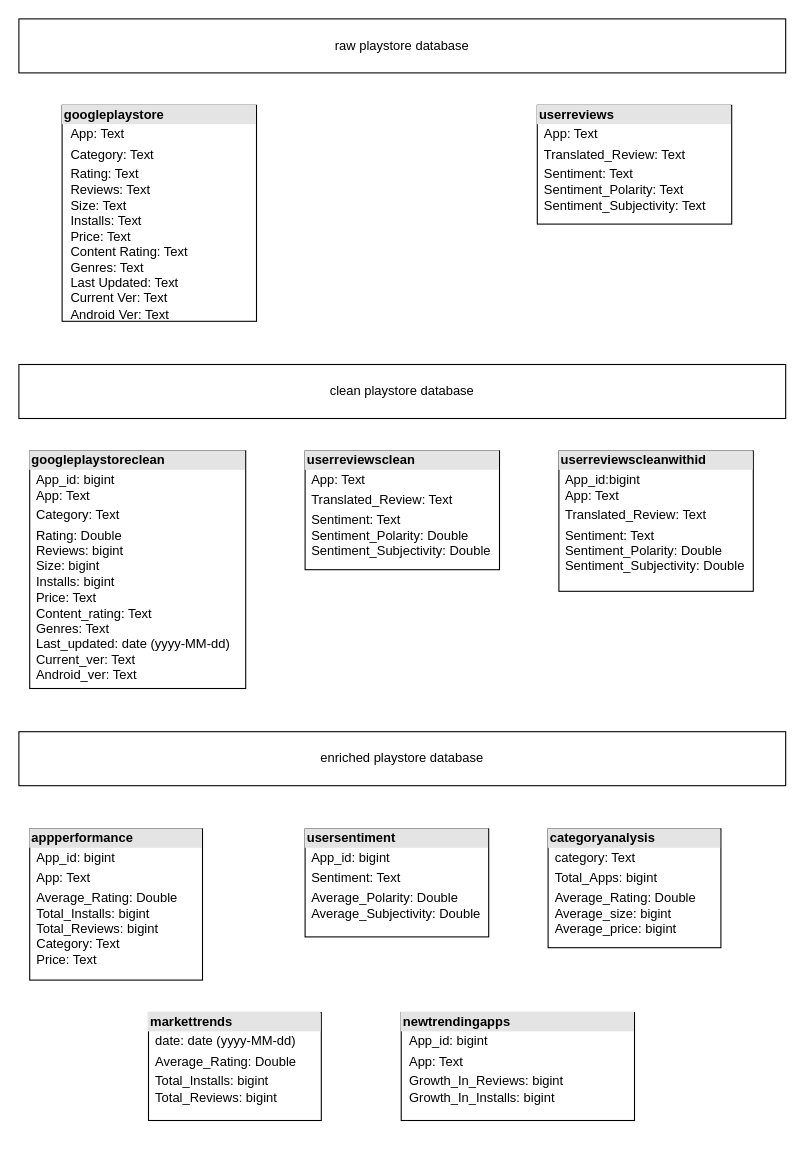
Above: tables_description.drawio in zhawi/google-playstore-data-analysis (draw.io), before the change. Source tidied: cells renumbered, new cells numbered last; positions are measured from the earlier drawing's top-left corner, leaving out a move shared by most shapes. Both pictures are drawn from the tidied source at 108%, with x=0, y=0 at pixel (18, 18).
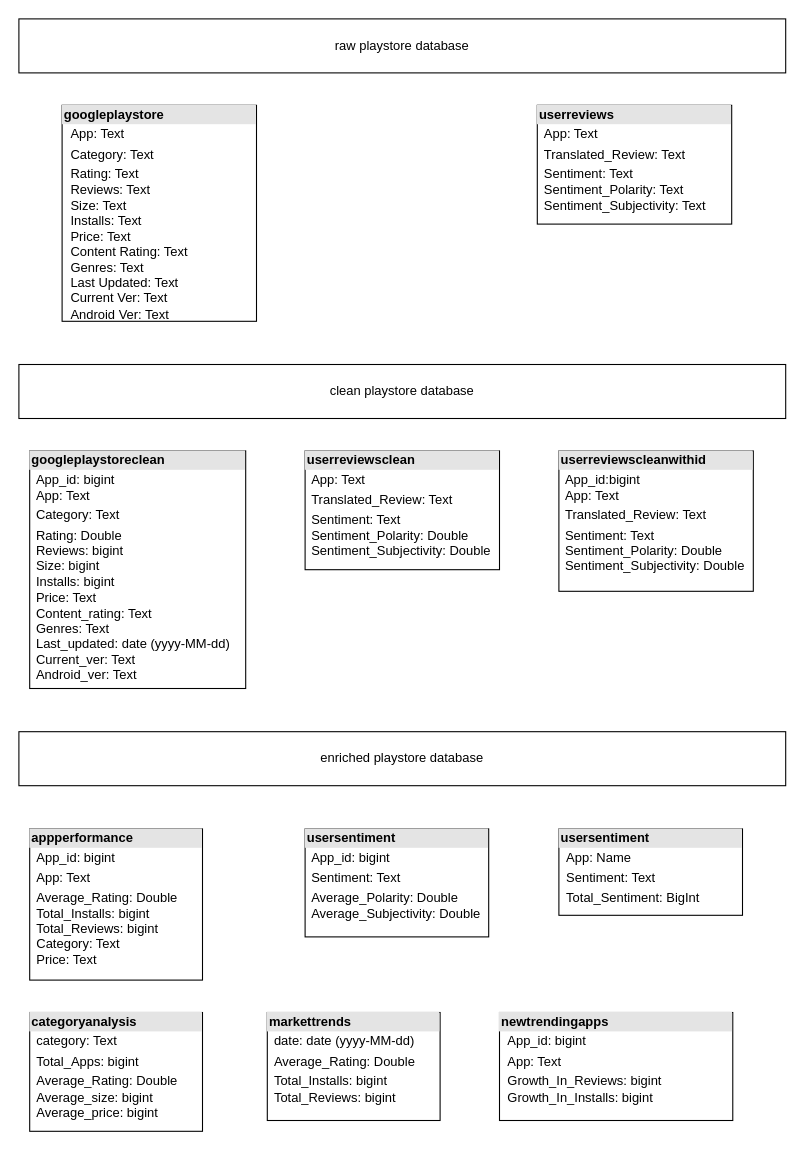
The same page after the edit.

Commit message (it also covers changes not shown here):
feat(code): finished the code to create all tables and to do all the cleaning and transformation needed

Diff of the diagram source:
```diff
@@
 <mxGraphModel>
   <root>
     <mxCell id="0" />
     <mxCell id="1" parent="0" />
     <mxCell id="2" value="&lt;div style=&quot;box-sizing:border-box;width:100%;background:#e4e4e4;padding:2px;&quot;&gt;&lt;b&gt;googleplaystore&lt;/b&gt;&lt;/div&gt;&lt;table style=&quot;width:100%;font-size:1em;&quot; cellpadding=&quot;2&quot; cellspacing=&quot;0&quot;&gt;&lt;tbody&gt;&lt;tr&gt;&lt;td&gt;&lt;br&gt;&lt;/td&gt;&lt;td&gt;App: Text&lt;/td&gt;&lt;/tr&gt;&lt;tr&gt;&lt;td&gt;&lt;br&gt;&lt;/td&gt;&lt;td&gt;Category: Text&lt;/td&gt;&lt;/tr&gt;&lt;tr&gt;&lt;td&gt;&lt;/td&gt;&lt;td&gt;Rating: Text&lt;br&gt;Reviews: Text&lt;br&gt;Size: Text&lt;br&gt;Installs: Text&lt;br&gt;Price: Text&lt;br&gt;Content Rating: Text&lt;br&gt;Genres: Text&lt;br&gt;Last Updated: Text&lt;br&gt;Current Ver: Text&lt;br&gt;Android Ver: Text&lt;/td&gt;&lt;/tr&gt;&lt;/tbody&gt;&lt;/table&gt;" style="verticalAlign=top;align=left;overflow=fill;html=1;whiteSpace=wrap;" parent="1" vertex="1">
       <mxGeometry x="40" y="80" width="180" height="200" as="geometry" />
     </mxCell>
     <mxCell id="3" value="raw playstore database" style="html=1;whiteSpace=wrap;" parent="1" vertex="1">
       <mxGeometry width="710" height="50" as="geometry" />
     </mxCell>
     <mxCell id="4" value="&lt;div style=&quot;box-sizing:border-box;width:100%;background:#e4e4e4;padding:2px;&quot;&gt;&lt;b&gt;userreviews&lt;/b&gt;&lt;/div&gt;&lt;table style=&quot;width:100%;font-size:1em;&quot; cellpadding=&quot;2&quot; cellspacing=&quot;0&quot;&gt;&lt;tbody&gt;&lt;tr&gt;&lt;td&gt;&lt;br&gt;&lt;/td&gt;&lt;td&gt;App: Text&lt;/td&gt;&lt;/tr&gt;&lt;tr&gt;&lt;td&gt;&lt;br&gt;&lt;/td&gt;&lt;td&gt;Translated_Review: Text&lt;/td&gt;&lt;/tr&gt;&lt;tr&gt;&lt;td&gt;&lt;/td&gt;&lt;td&gt;Sentiment: Text&lt;br&gt;Sentiment_Polarity: Text&lt;br&gt;Sentiment_Subjectivity: Text&lt;/td&gt;&lt;/tr&gt;&lt;/tbody&gt;&lt;/table&gt;" style="verticalAlign=top;align=left;overflow=fill;html=1;whiteSpace=wrap;" parent="1" vertex="1">
       <mxGeometry x="480" y="80" width="180" height="110" as="geometry" />
     </mxCell>
     <mxCell id="5" value="clean playstore database" style="html=1;whiteSpace=wrap;" parent="1" vertex="1">
       <mxGeometry y="320" width="710" height="50" as="geometry" />
     </mxCell>
     <mxCell id="6" value="&lt;div style=&quot;box-sizing:border-box;width:100%;background:#e4e4e4;padding:2px;&quot;&gt;&lt;b&gt;googleplaystoreclean&lt;/b&gt;&lt;/div&gt;&lt;table style=&quot;width:100%;font-size:1em;&quot; cellpadding=&quot;2&quot; cellspacing=&quot;0&quot;&gt;&lt;tbody&gt;&lt;tr&gt;&lt;td&gt;&lt;br&gt;&lt;/td&gt;&lt;td&gt;App_id: bigint&lt;br&gt;App: Text&lt;/td&gt;&lt;/tr&gt;&lt;tr&gt;&lt;td&gt;&lt;br&gt;&lt;/td&gt;&lt;td&gt;Category: Text&lt;/td&gt;&lt;/tr&gt;&lt;tr&gt;&lt;td&gt;&lt;/td&gt;&lt;td&gt;Rating: Double&lt;br&gt;Reviews: bigint&lt;br&gt;Size: bigint&lt;br&gt;Installs: bigint&lt;br&gt;Price: Text&lt;br&gt;Content_rating: Text&lt;br&gt;Genres: Text&lt;br&gt;Last_updated: date (yyyy-MM-dd)&lt;br&gt;Current_ver: Text&lt;br&gt;Android_ver: Text&lt;/td&gt;&lt;/tr&gt;&lt;/tbody&gt;&lt;/table&gt;" style="verticalAlign=top;align=left;overflow=fill;html=1;whiteSpace=wrap;" parent="1" vertex="1">
       <mxGeometry x="10" y="400" width="200" height="220" as="geometry" />
     </mxCell>
     <mxCell id="7" value="&lt;div style=&quot;box-sizing:border-box;width:100%;background:#e4e4e4;padding:2px;&quot;&gt;&lt;b&gt;userreviewsclean&lt;/b&gt;&lt;/div&gt;&lt;table style=&quot;width:100%;font-size:1em;&quot; cellpadding=&quot;2&quot; cellspacing=&quot;0&quot;&gt;&lt;tbody&gt;&lt;tr&gt;&lt;td&gt;&lt;br&gt;&lt;/td&gt;&lt;td&gt;App: Text&lt;/td&gt;&lt;/tr&gt;&lt;tr&gt;&lt;td&gt;&lt;br&gt;&lt;/td&gt;&lt;td&gt;Translated_Review: Text&lt;/td&gt;&lt;/tr&gt;&lt;tr&gt;&lt;td&gt;&lt;/td&gt;&lt;td&gt;Sentiment: Text&lt;br&gt;Sentiment_Polarity: Double&lt;br&gt;Sentiment_Subjectivity: Double&lt;/td&gt;&lt;/tr&gt;&lt;/tbody&gt;&lt;/table&gt;" style="verticalAlign=top;align=left;overflow=fill;html=1;whiteSpace=wrap;" parent="1" vertex="1">
       <mxGeometry x="265" y="400" width="180" height="110" as="geometry" />
     </mxCell>
     <mxCell id="8" value="&lt;div style=&quot;box-sizing:border-box;width:100%;background:#e4e4e4;padding:2px;&quot;&gt;&lt;b&gt;userreviewscleanwithid&lt;/b&gt;&lt;/div&gt;&lt;table style=&quot;width:100%;font-size:1em;&quot; cellpadding=&quot;2&quot; cellspacing=&quot;0&quot;&gt;&lt;tbody&gt;&lt;tr&gt;&lt;td&gt;&lt;br&gt;&lt;/td&gt;&lt;td&gt;App_id:bigint&lt;br&gt;App: Text&lt;/td&gt;&lt;/tr&gt;&lt;tr&gt;&lt;td&gt;&lt;br&gt;&lt;/td&gt;&lt;td&gt;Translated_Review: Text&lt;/td&gt;&lt;/tr&gt;&lt;tr&gt;&lt;td&gt;&lt;/td&gt;&lt;td&gt;Sentiment: Text&lt;br&gt;Sentiment_Polarity: Double&lt;br&gt;Sentiment_Subjectivity: Double&lt;/td&gt;&lt;/tr&gt;&lt;/tbody&gt;&lt;/table&gt;" style="verticalAlign=top;align=left;overflow=fill;html=1;whiteSpace=wrap;" parent="1" vertex="1">
       <mxGeometry x="500" y="400" width="180" height="130" as="geometry" />
     </mxCell>
     <mxCell id="9" value="enriched playstore database" style="html=1;whiteSpace=wrap;" parent="1" vertex="1">
       <mxGeometry y="660" width="710" height="50" as="geometry" />
     </mxCell>
     <mxCell id="10" value="&lt;div style=&quot;box-sizing:border-box;width:100%;background:#e4e4e4;padding:2px;&quot;&gt;&lt;b&gt;appperformance&lt;/b&gt;&lt;/div&gt;&lt;table style=&quot;width:100%;font-size:1em;&quot; cellpadding=&quot;2&quot; cellspacing=&quot;0&quot;&gt;&lt;tbody&gt;&lt;tr&gt;&lt;td&gt;&lt;br&gt;&lt;/td&gt;&lt;td&gt;App_id: bigint&lt;/td&gt;&lt;/tr&gt;&lt;tr&gt;&lt;td&gt;&lt;br&gt;&lt;/td&gt;&lt;td&gt;App: Text&lt;/td&gt;&lt;/tr&gt;&lt;tr&gt;&lt;td&gt;&lt;/td&gt;&lt;td&gt;Average_Rating: Double&lt;br&gt;Total_Installs: bigint&lt;br&gt;Total_Reviews: bigint&lt;br&gt;Category: Text&lt;br&gt;Price: Text&lt;/td&gt;&lt;/tr&gt;&lt;/tbody&gt;&lt;/table&gt;" style="verticalAlign=top;align=left;overflow=fill;html=1;whiteSpace=wrap;" parent="1" vertex="1">
       <mxGeometry x="10" y="750" width="160" height="140" as="geometry" />
     </mxCell>
     <mxCell id="11" value="&lt;div style=&quot;box-sizing:border-box;width:100%;background:#e4e4e4;padding:2px;&quot;&gt;&lt;b&gt;usersentiment&lt;/b&gt;&lt;/div&gt;&lt;table style=&quot;width:100%;font-size:1em;&quot; cellpadding=&quot;2&quot; cellspacing=&quot;0&quot;&gt;&lt;tbody&gt;&lt;tr&gt;&lt;td&gt;&lt;br&gt;&lt;/td&gt;&lt;td&gt;App_id: bigint&lt;/td&gt;&lt;/tr&gt;&lt;tr&gt;&lt;td&gt;&lt;br&gt;&lt;/td&gt;&lt;td&gt;Sentiment: Text&lt;/td&gt;&lt;/tr&gt;&lt;tr&gt;&lt;td&gt;&lt;/td&gt;&lt;td&gt;Average_Polarity: Double&lt;br&gt;Average_Subjectivity: Double&lt;/td&gt;&lt;/tr&gt;&lt;/tbody&gt;&lt;/table&gt;" style="verticalAlign=top;align=left;overflow=fill;html=1;whiteSpace=wrap;" parent="1" vertex="1">
       <mxGeometry x="265" y="750" width="170" height="100" as="geometry" />
     </mxCell>
     <mxCell id="12" value="&lt;div style=&quot;box-sizing:border-box;width:100%;background:#e4e4e4;padding:2px;&quot;&gt;&lt;b&gt;categoryanalysis&lt;/b&gt;&lt;/div&gt;&lt;table style=&quot;width:100%;font-size:1em;&quot; cellpadding=&quot;2&quot; cellspacing=&quot;0&quot;&gt;&lt;tbody&gt;&lt;tr&gt;&lt;td&gt;&lt;br&gt;&lt;/td&gt;&lt;td&gt;category: Text&lt;/td&gt;&lt;/tr&gt;&lt;tr&gt;&lt;td&gt;&lt;br&gt;&lt;/td&gt;&lt;td&gt;Total_Apps: bigint&lt;/td&gt;&lt;/tr&gt;&lt;tr&gt;&lt;td&gt;&lt;/td&gt;&lt;td&gt;Average_Rating: Double&lt;br&gt;Average_size: bigint&lt;br&gt;Average_price: bigint&lt;br&gt;&lt;/td&gt;&lt;/tr&gt;&lt;/tbody&gt;&lt;/table&gt;" style="verticalAlign=top;align=left;overflow=fill;html=1;whiteSpace=wrap;" parent="1" vertex="1">
-      <mxGeometry x="490" y="750" width="160" height="110" as="geometry" />
+      <mxGeometry x="10" y="920" width="160" height="110" as="geometry" />
     </mxCell>
     <mxCell id="13" value="&lt;div style=&quot;box-sizing:border-box;width:100%;background:#e4e4e4;padding:2px;&quot;&gt;&lt;b&gt;markettrends&lt;/b&gt;&lt;/div&gt;&lt;table style=&quot;width:100%;font-size:1em;&quot; cellpadding=&quot;2&quot; cellspacing=&quot;0&quot;&gt;&lt;tbody&gt;&lt;tr&gt;&lt;td&gt;&lt;br&gt;&lt;/td&gt;&lt;td&gt;date: date (yyyy-MM-dd)&lt;/td&gt;&lt;/tr&gt;&lt;tr&gt;&lt;td&gt;&lt;br&gt;&lt;/td&gt;&lt;td&gt;Average_Rating: Double&lt;br&gt;&lt;/td&gt;&lt;/tr&gt;&lt;tr&gt;&lt;td&gt;&lt;/td&gt;&lt;td&gt;Total_Installs: bigint&lt;br style=&quot;border-color: var(--border-color);&quot;&gt;Total_Reviews: bigint&lt;br&gt;&lt;/td&gt;&lt;/tr&gt;&lt;/tbody&gt;&lt;/table&gt;" style="verticalAlign=top;align=left;overflow=fill;html=1;whiteSpace=wrap;" parent="1" vertex="1">
-      <mxGeometry x="120" y="920" width="160" height="100" as="geometry" />
+      <mxGeometry x="230" y="920" width="160" height="100" as="geometry" />
     </mxCell>
     <mxCell id="14" value="&lt;div style=&quot;box-sizing:border-box;width:100%;background:#e4e4e4;padding:2px;&quot;&gt;&lt;b&gt;newtrendingapps&lt;/b&gt;&lt;/div&gt;&lt;table style=&quot;width:100%;font-size:1em;&quot; cellpadding=&quot;2&quot; cellspacing=&quot;0&quot;&gt;&lt;tbody&gt;&lt;tr&gt;&lt;td&gt;&lt;br&gt;&lt;/td&gt;&lt;td&gt;App_id: bigint&lt;/td&gt;&lt;/tr&gt;&lt;tr&gt;&lt;td&gt;&lt;br&gt;&lt;/td&gt;&lt;td&gt;App: Text&lt;/td&gt;&lt;/tr&gt;&lt;tr&gt;&lt;td&gt;&lt;/td&gt;&lt;td&gt;Growth_In_Reviews: bigint&lt;br&gt;Growth_In_Installs: bigint&lt;br&gt;&lt;/td&gt;&lt;/tr&gt;&lt;/tbody&gt;&lt;/table&gt;" style="verticalAlign=top;align=left;overflow=fill;html=1;whiteSpace=wrap;" parent="1" vertex="1">
-      <mxGeometry x="354" y="920" width="216" height="100" as="geometry" />
+      <mxGeometry x="445" y="920" width="216" height="100" as="geometry" />
     </mxCell>
+    <mxCell id="15" value="&lt;div style=&quot;box-sizing:border-box;width:100%;background:#e4e4e4;padding:2px;&quot;&gt;&lt;b&gt;usersentiment&lt;/b&gt;&lt;/div&gt;&lt;table style=&quot;width:100%;font-size:1em;&quot; cellpadding=&quot;2&quot; cellspacing=&quot;0&quot;&gt;&lt;tbody&gt;&lt;tr&gt;&lt;td&gt;&lt;br&gt;&lt;/td&gt;&lt;td&gt;App: Name&lt;/td&gt;&lt;/tr&gt;&lt;tr&gt;&lt;td&gt;&lt;br&gt;&lt;/td&gt;&lt;td&gt;Sentiment: Text&lt;/td&gt;&lt;/tr&gt;&lt;tr&gt;&lt;td&gt;&lt;/td&gt;&lt;td&gt;Total_Sentiment: BigInt&lt;br&gt;&lt;/td&gt;&lt;/tr&gt;&lt;/tbody&gt;&lt;/table&gt;" style="verticalAlign=top;align=left;overflow=fill;html=1;whiteSpace=wrap;" parent="1" vertex="1">
+      <mxGeometry x="500" y="750" width="170" height="80" as="geometry" />
+    </mxCell>
   </root>
 </mxGraphModel>
```
